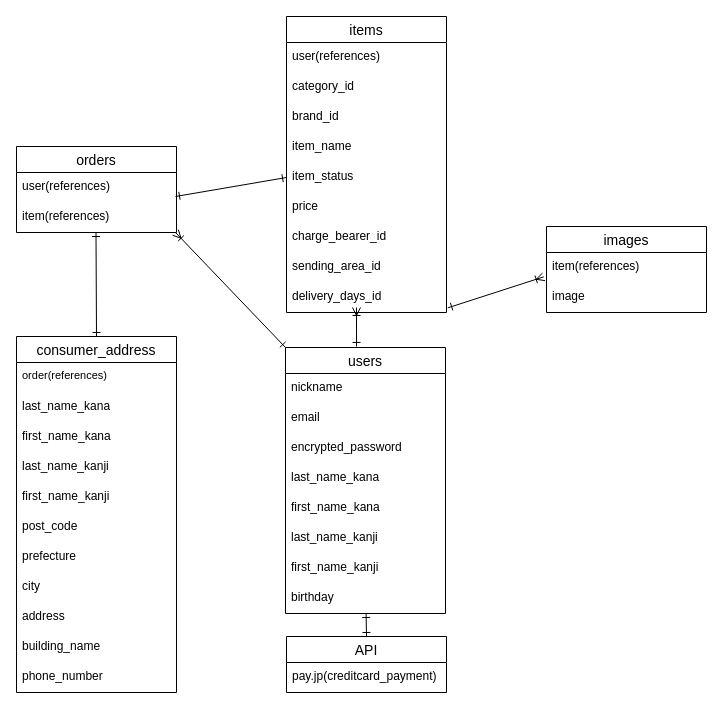
The draw.io diagram er.dio in yahobaby/furima-38184, before the edit. Source tidied: cells renumbered, new cells numbered last; positions are measured from the earlier drawing's top-left corner, leaving out a move shared by most shapes. Both pictures are drawn from the tidied source at 100%, with x=0, y=0 at pixel (16, 16).
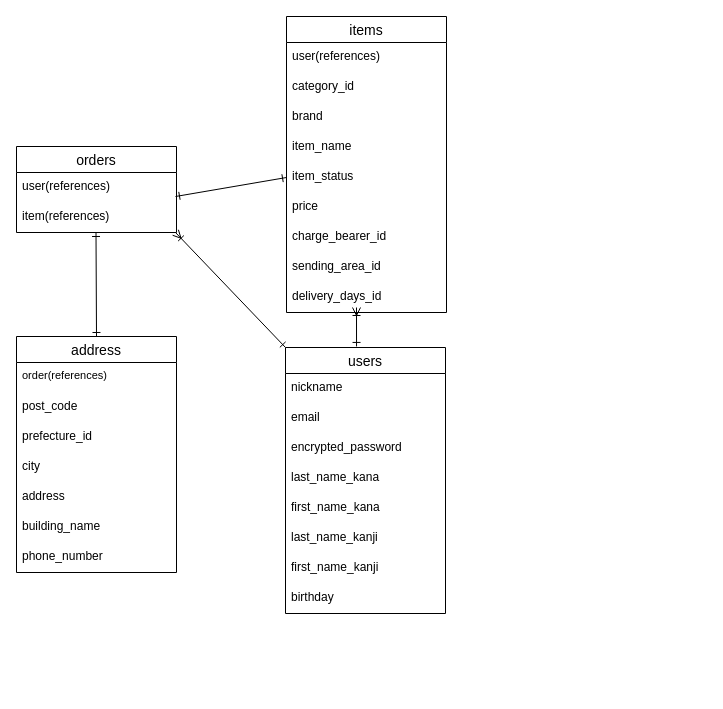
The same page after the edit.

Commit message (it also covers changes not shown here):
ER図README/5thCommit

Unchanged cells that the change refers to:
```xml
<mxCell id="3" value="items" style="swimlane;fontStyle=0;horizontal=1;startSize=26;align=center;fontSize=14;" parent="1" vertex="1">
  <mxGeometry x="270" width="160" height="296" as="geometry" />
</mxCell>
<mxCell id="13" value="delivery_days_id" style="text;strokeColor=none;fillColor=none;spacingLeft=4;spacingRight=4;overflow=hidden;points=[[0,0.5],[1,0.5]];portConstraint=eastwest;fontSize=12;" parent="3" vertex="1">
  <mxGeometry y="266" width="160" height="30" as="geometry" />
</mxCell>
```

Change to the diagram source:
```diff
@@
-    <mxCell id="2" style="edgeStyle=none;rounded=0;html=1;startArrow=ERone;startFill=0;endArrow=ERoneToMany;endFill=0;entryX=-0.017;entryY=0.811;entryDx=0;entryDy=0;entryPerimeter=0;exitX=1.008;exitY=0.845;exitDx=0;exitDy=0;exitPerimeter=0;" parent="1" edge="1" source="13" target="24">
-      <mxGeometry relative="1" as="geometry" />
-    </mxCell>
@@
-    <mxCell id="6" value="brand_id" style="text;strokeColor=none;fillColor=none;spacingLeft=4;spacingRight=4;overflow=hidden;fontSize=12;" parent="3" vertex="1">
+    <mxCell id="6" value="brand" style="text;strokeColor=none;fillColor=none;spacingLeft=4;spacingRight=4;overflow=hidden;fontSize=12;" parent="3" vertex="1">
       <mxGeometry y="86" width="160" height="30" as="geometry" />
     </mxCell>
@@
-    <mxCell id="23" value="images" style="swimlane;fontStyle=0;horizontal=1;startSize=26;align=center;fontSize=14;" parent="1" vertex="1">
-      <mxGeometry x="530" y="210" width="160" height="86" as="geometry" />
-    </mxCell>
-    <mxCell id="24" value="item(references)&#10;" style="text;strokeColor=none;fillColor=none;spacingLeft=4;spacingRight=4;overflow=hidden;points=[[0,0.5],[1,0.5]];portConstraint=eastwest;fontSize=12;" parent="23" vertex="1">
-      <mxGeometry y="26" width="160" height="30" as="geometry" />
-    </mxCell>
-    <mxCell id="25" value="image" style="text;strokeColor=none;fillColor=none;spacingLeft=4;spacingRight=4;overflow=hidden;fontSize=12;" parent="23" vertex="1">
-      <mxGeometry y="56" width="160" height="30" as="geometry" />
-    </mxCell>
@@
-    <mxCell id="30" value="consumer_address" style="swimlane;fontStyle=0;horizontal=1;startSize=26;align=center;fontSize=14;" parent="1" vertex="1">
-      <mxGeometry y="320" width="160" height="356" as="geometry" />
+    <mxCell id="30" value="address" style="swimlane;fontStyle=0;horizontal=1;startSize=26;align=center;fontSize=14;" parent="1" vertex="1">
+      <mxGeometry y="320" width="160" height="236" as="geometry" />
     </mxCell>
@@
-    <mxCell id="32" value="last_name_kana" style="text;strokeColor=none;fillColor=none;spacingLeft=4;spacingRight=4;overflow=hidden;fontSize=12;" parent="30" vertex="1">
-      <mxGeometry y="56" width="160" height="30" as="geometry" />
-    </mxCell>
-    <mxCell id="33" value="first_name_kana" style="text;strokeColor=none;fillColor=none;spacingLeft=4;spacingRight=4;overflow=hidden;fontSize=12;" parent="30" vertex="1">
-      <mxGeometry y="86" width="160" height="30" as="geometry" />
-    </mxCell>
-    <mxCell id="34" value="last_name_kanji" style="text;strokeColor=none;fillColor=none;spacingLeft=4;spacingRight=4;overflow=hidden;fontSize=12;" parent="30" vertex="1">
-      <mxGeometry y="116" width="160" height="30" as="geometry" />
-    </mxCell>
-    <mxCell id="35" value="first_name_kanji" style="text;strokeColor=none;fillColor=none;spacingLeft=4;spacingRight=4;overflow=hidden;fontSize=12;" parent="30" vertex="1">
-      <mxGeometry y="146" width="160" height="30" as="geometry" />
-    </mxCell>
     <mxCell id="36" value="post_code" style="text;strokeColor=none;fillColor=none;spacingLeft=4;spacingRight=4;overflow=hidden;fontSize=12;" parent="30" vertex="1">
-      <mxGeometry y="176" width="160" height="30" as="geometry" />
+      <mxGeometry y="56" width="160" height="30" as="geometry" />
     </mxCell>
-    <mxCell id="37" value="prefecture" style="text;strokeColor=none;fillColor=none;spacingLeft=4;spacingRight=4;overflow=hidden;fontSize=12;" parent="30" vertex="1">
-      <mxGeometry y="206" width="160" height="30" as="geometry" />
+    <mxCell id="37" value="prefecture_id" style="text;strokeColor=none;fillColor=none;spacingLeft=4;spacingRight=4;overflow=hidden;fontSize=12;" parent="30" vertex="1">
+      <mxGeometry y="86" width="160" height="30" as="geometry" />
     </mxCell>
     <mxCell id="38" value="city" style="text;strokeColor=none;fillColor=none;spacingLeft=4;spacingRight=4;overflow=hidden;fontSize=12;" parent="30" vertex="1">
-      <mxGeometry y="236" width="160" height="30" as="geometry" />
+      <mxGeometry y="116" width="160" height="30" as="geometry" />
     </mxCell>
     <mxCell id="39" value="address" style="text;strokeColor=none;fillColor=none;spacingLeft=4;spacingRight=4;overflow=hidden;fontSize=12;" parent="30" vertex="1">
-      <mxGeometry y="266" width="160" height="30" as="geometry" />
+      <mxGeometry y="146" width="160" height="30" as="geometry" />
     </mxCell>
     <mxCell id="40" value="building_name" style="text;strokeColor=none;fillColor=none;spacingLeft=4;spacingRight=4;overflow=hidden;fontSize=12;" parent="30" vertex="1">
-      <mxGeometry y="296" width="160" height="30" as="geometry" />
+      <mxGeometry y="176" width="160" height="30" as="geometry" />
     </mxCell>
     <mxCell id="41" value="phone_number" style="text;strokeColor=none;fillColor=none;spacingLeft=4;spacingRight=4;overflow=hidden;fontSize=12;" parent="30" vertex="1">
-      <mxGeometry y="326" width="160" height="30" as="geometry" />
+      <mxGeometry y="206" width="160" height="30" as="geometry" />
     </mxCell>
@@
-    <mxCell id="44" value="API" style="swimlane;fontStyle=0;horizontal=1;startSize=26;align=center;fontSize=14;" parent="1" vertex="1">
-      <mxGeometry x="270" y="620" width="160" height="56" as="geometry" />
-    </mxCell>
-    <mxCell id="45" value="pay.jp(creditcard_payment)" style="text;strokeColor=none;fillColor=none;spacingLeft=4;spacingRight=4;overflow=hidden;fontSize=12;" parent="44" vertex="1">
-      <mxGeometry y="26" width="160" height="30" as="geometry" />
-    </mxCell>
-    <mxCell id="46" style="edgeStyle=none;rounded=0;html=1;endArrow=ERone;endFill=0;startArrow=ERone;startFill=0;exitX=0.5;exitY=0;exitDx=0;exitDy=0;verticalAlign=middle;" parent="1" edge="1" source="44">
-      <mxGeometry relative="1" as="geometry">
-        <mxPoint x="349.6" y="597" as="targetPoint" />
-      </mxGeometry>
-    </mxCell>
```
